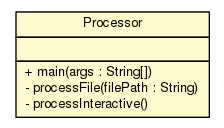
sinopeus/asteroids keeps this Graphviz diagram as doc/model/programs/parsing/Processor.png. Above is the earlier version. Its source is kept beside it as doc/model/programs/parsing/Processor.dot.
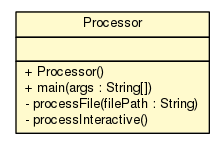
After the commit.

Change to the diagram source:
```diff
@@ -4,7 +4,7 @@
 	node [fontname="Helvetica",fontsize=10,shape=plaintext];
 	nodesep=0.25;
 	ranksep=0.5;
-	c13712 [label=<<table title="model.programs.parsing.Processor" border="0" cellborder="1" cellspacing="0" cellpadding="2" port="p" bgcolor="lemonChiffon" href="./Processor.html">
+	c13760 [label=<<table title="model.programs.parsing.Processor" border="0" cellborder="1" cellspacing="0" cellpadding="2" port="p" bgcolor="lemonChiffon" href="./Processor.html">
 		<tr><td><table border="0" cellspacing="0" cellpadding="1">
 <tr><td align="center" balign="center"> Processor </td></tr>
 		</table></td></tr>
@@ -12,6 +12,7 @@
 <tr><td align="left" balign="left">  </td></tr>
 		</table></td></tr>
 		<tr><td><table border="0" cellspacing="0" cellpadding="1">
+<tr><td align="left" balign="left"> + Processor() </td></tr>
 <tr><td align="left" balign="left"> + main(args : String[]) </td></tr>
 <tr><td align="left" balign="left"> - processFile(filePath : String) </td></tr>
 <tr><td align="left" balign="left"> - processInteractive() </td></tr>
```
